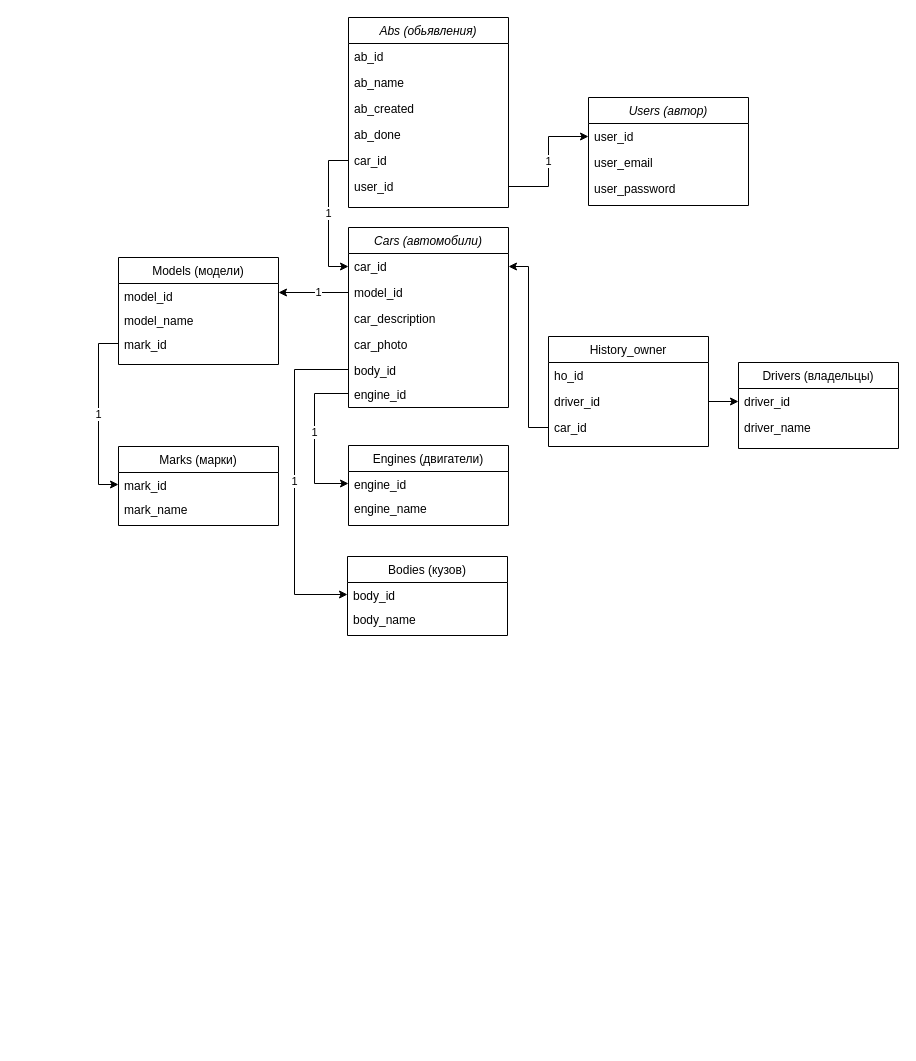
This is img/sql_diagram.drawio from dima-abc/job4j_cars, a draw.io file, before an edit. Source tidied: cells renumbered, new cells numbered last; positions are measured from the earlier drawing's top-left corner, leaving out a move shared by most shapes. Both pictures are drawn from the tidied source at 100%, with x=0, y=0 at pixel (118, 17).
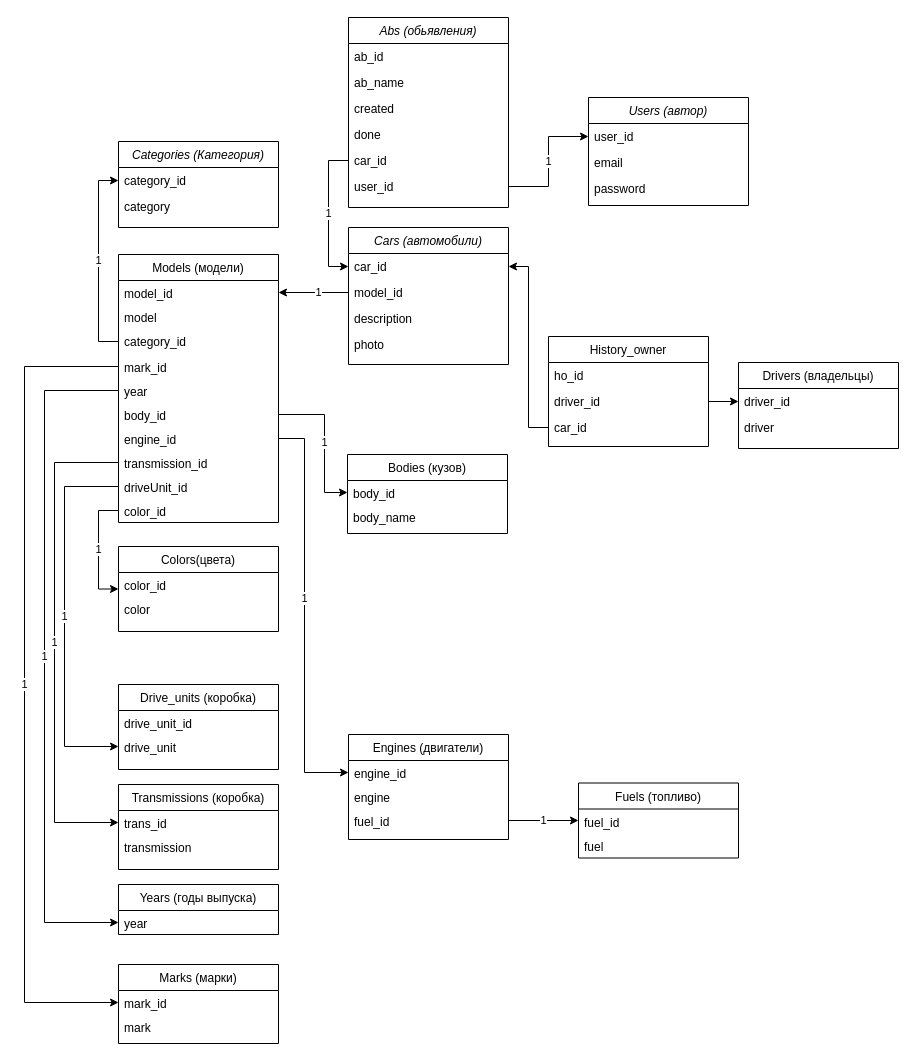
Above is the later version.

Unchanged cells that the change refers to:
```xml
<mxCell id="9" value="Drivers (владельцы)" style="swimlane;fontStyle=0;align=center;verticalAlign=top;horizontal=1;startSize=26;rounded=0;shadow=0;strokeWidth=1;" parent="1" vertex="1">
  <mxGeometry x="620" y="345" width="160" height="86" as="geometry" />
</mxCell>
<mxCell id="17" value="engine_id" style="text;align=left;verticalAlign=top;spacingLeft=4;spacingRight=4;overflow=hidden;points=[[0,0.5],[1,0.5]];portConstraint=eastwest;" parent="16" vertex="1">
  <mxGeometry y="26" width="160" height="24" as="geometry" />
</mxCell>
<mxCell id="27" value="mark_id    " style="text;align=left;verticalAlign=top;spacingLeft=4;spacingRight=4;overflow=hidden;points=[[0,0.5],[1,0.5]];portConstraint=eastwest;" parent="26" vertex="1">
  <mxGeometry y="26" width="160" height="24" as="geometry" />
</mxCell>
<mxCell id="31" value="body_id    " style="text;align=left;verticalAlign=top;spacingLeft=4;spacingRight=4;overflow=hidden;points=[[0,0.5],[1,0.5]];portConstraint=eastwest;" parent="30" vertex="1">
  <mxGeometry y="26" width="160" height="24" as="geometry" />
</mxCell>
<mxCell id="36" value="Users (автор)" style="swimlane;fontStyle=2;align=center;verticalAlign=top;horizontal=1;startSize=26;rounded=0;shadow=0;strokeWidth=1;" parent="1" vertex="1">
  <mxGeometry x="470" y="80" width="160" height="108" as="geometry" />
</mxCell>
<mxCell id="40" value="Abs (обьявления)" style="swimlane;fontStyle=2;align=center;verticalAlign=top;horizontal=1;startSize=26;rounded=0;shadow=0;strokeWidth=1;" parent="1" vertex="1">
  <mxGeometry x="230" width="160" height="190" as="geometry" />
</mxCell>
```

The edit, as a diff of the source:
```diff
@@
     <mxCell id="2" value="Cars (автомобили)" style="swimlane;fontStyle=2;align=center;verticalAlign=top;horizontal=1;startSize=26;rounded=0;shadow=0;strokeWidth=1;" parent="1" vertex="1">
-      <mxGeometry x="230" y="210" width="160" height="180" as="geometry" />
+      <mxGeometry x="230" y="210" width="160" height="137" as="geometry" />
     </mxCell>
@@
-    <mxCell id="5" value="car_description" style="text;align=left;verticalAlign=top;spacingLeft=4;spacingRight=4;overflow=hidden;" parent="2" vertex="1">
+    <mxCell id="5" value="description" style="text;align=left;verticalAlign=top;spacingLeft=4;spacingRight=4;overflow=hidden;" parent="2" vertex="1">
       <mxGeometry y="78" width="160" height="26" as="geometry" />
     </mxCell>
-    <mxCell id="6" value="car_photo" style="text;align=left;verticalAlign=top;spacingLeft=4;spacingRight=4;overflow=hidden;" parent="2" vertex="1">
+    <mxCell id="6" value="photo" style="text;align=left;verticalAlign=top;spacingLeft=4;spacingRight=4;overflow=hidden;" parent="2" vertex="1">
       <mxGeometry y="104" width="160" height="26" as="geometry" />
     </mxCell>
-    <mxCell id="7" value="body_id    " style="text;align=left;verticalAlign=top;spacingLeft=4;spacingRight=4;overflow=hidden;points=[[0,0.5],[1,0.5]];portConstraint=eastwest;" parent="2" vertex="1">
-      <mxGeometry y="130" width="160" height="24" as="geometry" />
-    </mxCell>
-    <mxCell id="8" value="engine_id" style="text;align=left;verticalAlign=top;spacingLeft=4;spacingRight=4;overflow=hidden;points=[[0,0.5],[1,0.5]];portConstraint=eastwest;" parent="2" vertex="1">
-      <mxGeometry y="154" width="160" height="24" as="geometry" />
-    </mxCell>
@@
-    <mxCell id="11" value="driver_name" style="text;align=left;verticalAlign=top;spacingLeft=4;spacingRight=4;overflow=hidden;" parent="9" vertex="1">
+    <mxCell id="11" value="driver" style="text;align=left;verticalAlign=top;spacingLeft=4;spacingRight=4;overflow=hidden;" parent="9" vertex="1">
       <mxGeometry y="52" width="160" height="26" as="geometry" />
     </mxCell>
@@
     <mxCell id="16" value="Engines (двигатели)" style="swimlane;fontStyle=0;align=center;verticalAlign=top;horizontal=1;startSize=26;rounded=0;shadow=0;strokeWidth=1;" parent="1" vertex="1">
-      <mxGeometry x="230" y="428" width="160" height="80" as="geometry" />
+      <mxGeometry x="230" y="717" width="160" height="105" as="geometry" />
     </mxCell>
@@
-    <mxCell id="18" value="engine_name" style="text;align=left;verticalAlign=top;spacingLeft=4;spacingRight=4;overflow=hidden;" parent="16" vertex="1">
+    <mxCell id="18" value="engine" style="text;align=left;verticalAlign=top;spacingLeft=4;spacingRight=4;overflow=hidden;" parent="16" vertex="1">
       <mxGeometry y="50" width="160" height="24" as="geometry" />
     </mxCell>
+    <mxCell id="49" value="fuel_id" style="text;align=left;verticalAlign=top;spacingLeft=4;spacingRight=4;overflow=hidden;points=[[0,0.5],[1,0.5]];portConstraint=eastwest;" parent="16" vertex="1">
+      <mxGeometry y="74" width="160" height="24" as="geometry" />
+    </mxCell>
-    <mxCell id="19" value="1" style="edgeStyle=orthogonalEdgeStyle;rounded=0;jettySize=auto;html=1;exitX=0;exitY=0.5;exitDx=0;exitDy=0;entryX=0;entryY=0.5;entryDx=0;entryDy=0;" parent="1" edge="1" source="8" target="17">
+    <mxCell id="19" value="1" style="edgeStyle=orthogonalEdgeStyle;rounded=0;jettySize=auto;html=1;entryX=0;entryY=0.5;entryDx=0;entryDy=0;exitX=1;exitY=0.5;exitDx=0;exitDy=0;" parent="1" edge="1" source="8" target="17">
       <mxGeometry x="-0.08" relative="1" as="geometry">
         <Array as="points">
-          <mxPoint x="196" y="376" />
-          <mxPoint x="196" y="466" />
+          <mxPoint x="186" y="421" />
+          <mxPoint x="186" y="755" />
         </Array>
       </mxGeometry>
     </mxCell>
@@
     <mxCell id="22" value="Models (модели)" style="swimlane;fontStyle=0;align=center;verticalAlign=top;horizontal=1;startSize=26;rounded=0;shadow=0;strokeWidth=1;" parent="1" vertex="1">
-      <mxGeometry y="240" width="160" height="107" as="geometry" />
+      <mxGeometry y="237" width="160" height="268" as="geometry" />
     </mxCell>
@@
-    <mxCell id="24" value="model_name" style="text;align=left;verticalAlign=top;spacingLeft=4;spacingRight=4;overflow=hidden;" parent="22" vertex="1">
+    <mxCell id="24" value="model" style="text;align=left;verticalAlign=top;spacingLeft=4;spacingRight=4;overflow=hidden;" parent="22" vertex="1">
       <mxGeometry y="50" width="160" height="24" as="geometry" />
     </mxCell>
+    <mxCell id="50" value="category_id" style="text;align=left;verticalAlign=top;spacingLeft=4;spacingRight=4;overflow=hidden;points=[[0,0.5],[1,0.5]];portConstraint=eastwest;" parent="22" vertex="1">
+      <mxGeometry y="74" width="160" height="26" as="geometry" />
+    </mxCell>
     <mxCell id="25" value="mark_id    " style="text;align=left;verticalAlign=top;spacingLeft=4;spacingRight=4;overflow=hidden;points=[[0,0.5],[1,0.5]];portConstraint=eastwest;" parent="22" vertex="1">
-      <mxGeometry y="74" width="160" height="24" as="geometry" />
+      <mxGeometry y="100" width="160" height="24" as="geometry" />
     </mxCell>
+    <mxCell id="51" value="year" style="text;align=left;verticalAlign=top;spacingLeft=4;spacingRight=4;overflow=hidden;points=[[0,0.5],[1,0.5]];portConstraint=eastwest;" parent="22" vertex="1">
+      <mxGeometry y="124" width="160" height="24" as="geometry" />
+    </mxCell>
+    <mxCell id="7" value="body_id    " style="text;align=left;verticalAlign=top;spacingLeft=4;spacingRight=4;overflow=hidden;points=[[0,0.5],[1,0.5]];portConstraint=eastwest;" parent="22" vertex="1">
+      <mxGeometry y="148" width="160" height="24" as="geometry" />
+    </mxCell>
+    <mxCell id="8" value="engine_id" style="text;align=left;verticalAlign=top;spacingLeft=4;spacingRight=4;overflow=hidden;points=[[0,0.5],[1,0.5]];portConstraint=eastwest;" parent="22" vertex="1">
+      <mxGeometry y="172" width="160" height="24" as="geometry" />
+    </mxCell>
+    <mxCell id="52" value="transmission_id" style="text;align=left;verticalAlign=top;spacingLeft=4;spacingRight=4;overflow=hidden;points=[[0,0.5],[1,0.5]];portConstraint=eastwest;" parent="22" vertex="1">
+      <mxGeometry y="196" width="160" height="24" as="geometry" />
+    </mxCell>
+    <mxCell id="53" value="driveUnit_id" style="text;align=left;verticalAlign=top;spacingLeft=4;spacingRight=4;overflow=hidden;points=[[0,0.5],[1,0.5]];portConstraint=eastwest;" parent="22" vertex="1">
+      <mxGeometry y="220" width="160" height="24" as="geometry" />
+    </mxCell>
+    <mxCell id="54" value="color_id" style="text;align=left;verticalAlign=top;spacingLeft=4;spacingRight=4;overflow=hidden;points=[[0,0.5],[1,0.5]];portConstraint=eastwest;" parent="22" vertex="1">
+      <mxGeometry y="244" width="160" height="24" as="geometry" />
+    </mxCell>
     <mxCell id="26" value="Marks (марки)" style="swimlane;fontStyle=0;align=center;verticalAlign=top;horizontal=1;startSize=26;rounded=0;shadow=0;strokeWidth=1;" parent="1" vertex="1">
-      <mxGeometry y="429" width="160" height="79" as="geometry" />
+      <mxGeometry y="947" width="160" height="79" as="geometry" />
     </mxCell>
@@
-    <mxCell id="28" value="mark_name" style="text;align=left;verticalAlign=top;spacingLeft=4;spacingRight=4;overflow=hidden;" parent="26" vertex="1">
+    <mxCell id="28" value="mark" style="text;align=left;verticalAlign=top;spacingLeft=4;spacingRight=4;overflow=hidden;" parent="26" vertex="1">
       <mxGeometry y="50" width="160" height="24" as="geometry" />
     </mxCell>
-    <mxCell id="29" value="1" style="edgeStyle=orthogonalEdgeStyle;rounded=0;jettySize=auto;html=1;entryX=0;entryY=0.5;entryDx=0;entryDy=0;" parent="1" edge="1" source="25" target="27">
-      <mxGeometry relative="1" as="geometry" />
+    <mxCell id="29" value="1" style="edgeStyle=orthogonalEdgeStyle;rounded=0;jettySize=auto;html=1;entryX=0;entryY=0.5;entryDx=0;entryDy=0;exitX=0;exitY=0.5;exitDx=0;exitDy=0;" parent="1" edge="1" source="25" target="27">
+      <mxGeometry relative="1" as="geometry">
+        <Array as="points">
+          <mxPoint x="-94" y="349" />
+          <mxPoint x="-94" y="985" />
+        </Array>
+      </mxGeometry>
     </mxCell>
     <mxCell id="30" value="Bodies (кузов)" style="swimlane;fontStyle=0;align=center;verticalAlign=top;horizontal=1;startSize=26;rounded=0;shadow=0;strokeWidth=1;" parent="1" vertex="1">
-      <mxGeometry x="229" y="539" width="160" height="79" as="geometry" />
+      <mxGeometry x="229" y="437" width="160" height="79" as="geometry" />
     </mxCell>
@@
-    <mxCell id="33" value="1" style="edgeStyle=orthogonalEdgeStyle;rounded=0;jettySize=auto;html=1;exitX=0;exitY=0.5;exitDx=0;exitDy=0;entryX=0;entryY=0.5;entryDx=0;entryDy=0;" parent="1" edge="1" source="7" target="31">
+    <mxCell id="33" value="1" style="edgeStyle=orthogonalEdgeStyle;rounded=0;jettySize=auto;html=1;exitX=1;exitY=0.5;exitDx=0;exitDy=0;entryX=0;entryY=0.5;entryDx=0;entryDy=0;" parent="1" edge="1" source="7" target="31">
       <mxGeometry relative="1" as="geometry">
         <Array as="points">
-          <mxPoint x="176" y="352" />
-          <mxPoint x="176" y="577" />
-          <mxPoint x="230" y="577" />
+          <mxPoint x="206" y="397" />
+          <mxPoint x="206" y="475" />
         </Array>
       </mxGeometry>
     </mxCell>
@@
-    <mxCell id="38" value="user_email" style="text;align=left;verticalAlign=top;spacingLeft=4;spacingRight=4;overflow=hidden;" parent="36" vertex="1">
+    <mxCell id="38" value="email" style="text;align=left;verticalAlign=top;spacingLeft=4;spacingRight=4;overflow=hidden;" parent="36" vertex="1">
       <mxGeometry y="52" width="160" height="26" as="geometry" />
     </mxCell>
-    <mxCell id="39" value="user_password" style="text;align=left;verticalAlign=top;spacingLeft=4;spacingRight=4;overflow=hidden;" parent="36" vertex="1">
+    <mxCell id="39" value="password" style="text;align=left;verticalAlign=top;spacingLeft=4;spacingRight=4;overflow=hidden;" parent="36" vertex="1">
       <mxGeometry y="78" width="160" height="26" as="geometry" />
     </mxCell>
@@
-    <mxCell id="43" value="ab_created" style="text;align=left;verticalAlign=top;spacingLeft=4;spacingRight=4;overflow=hidden;" parent="40" vertex="1">
+    <mxCell id="43" value="created" style="text;align=left;verticalAlign=top;spacingLeft=4;spacingRight=4;overflow=hidden;" parent="40" vertex="1">
       <mxGeometry y="78" width="160" height="26" as="geometry" />
     </mxCell>
-    <mxCell id="44" value="ab_done" style="text;align=left;verticalAlign=top;spacingLeft=4;spacingRight=4;overflow=hidden;" parent="40" vertex="1">
+    <mxCell id="44" value="done" style="text;align=left;verticalAlign=top;spacingLeft=4;spacingRight=4;overflow=hidden;" parent="40" vertex="1">
       <mxGeometry y="104" width="160" height="26" as="geometry" />
     </mxCell>
@@
+    <mxCell id="55" value="Fuels (топливо)" style="swimlane;fontStyle=0;align=center;verticalAlign=top;horizontal=1;startSize=26;rounded=0;shadow=0;strokeWidth=1;" parent="1" vertex="1">
+      <mxGeometry x="460" y="765.5" width="160" height="75" as="geometry" />
+    </mxCell>
+    <mxCell id="56" value="fuel_id" style="text;align=left;verticalAlign=top;spacingLeft=4;spacingRight=4;overflow=hidden;" parent="55" vertex="1">
+      <mxGeometry y="26" width="160" height="24" as="geometry" />
+    </mxCell>
+    <mxCell id="57" value="fuel" style="text;align=left;verticalAlign=top;spacingLeft=4;spacingRight=4;overflow=hidden;" parent="55" vertex="1">
+      <mxGeometry y="50" width="160" height="24" as="geometry" />
+    </mxCell>
+    <mxCell id="58" value="1" style="edgeStyle=orthogonalEdgeStyle;rounded=0;jettySize=auto;html=1;exitX=1;exitY=0.5;exitDx=0;exitDy=0;entryX=0;entryY=0.5;entryDx=0;entryDy=0;" parent="1" edge="1" source="49" target="55">
+      <mxGeometry relative="1" as="geometry" />
+    </mxCell>
+    <mxCell id="59" value="Years (годы выпуска)" style="swimlane;fontStyle=0;align=center;verticalAlign=top;horizontal=1;startSize=26;rounded=0;shadow=0;strokeWidth=1;" parent="1" vertex="1">
+      <mxGeometry y="867" width="160" height="50" as="geometry" />
+    </mxCell>
+    <mxCell id="60" value="year" style="text;align=left;verticalAlign=top;spacingLeft=4;spacingRight=4;overflow=hidden;points=[[0,0.5],[1,0.5]];portConstraint=eastwest;" parent="59" vertex="1">
+      <mxGeometry y="26" width="160" height="24" as="geometry" />
+    </mxCell>
+    <mxCell id="61" value="1" style="edgeStyle=orthogonalEdgeStyle;rounded=0;jettySize=auto;html=1;entryX=0;entryY=0.5;entryDx=0;entryDy=0;exitX=0;exitY=0.5;exitDx=0;exitDy=0;" parent="1" edge="1" source="51" target="60">
+      <mxGeometry relative="1" as="geometry">
+        <Array as="points">
+          <mxPoint x="-74" y="373" />
+          <mxPoint x="-74" y="905" />
+        </Array>
+      </mxGeometry>
+    </mxCell>
+    <mxCell id="62" value="Transmissions (коробка)" style="swimlane;fontStyle=0;align=center;verticalAlign=top;horizontal=1;startSize=26;rounded=0;shadow=0;strokeWidth=1;" parent="1" vertex="1">
+      <mxGeometry y="767" width="160" height="85" as="geometry" />
+    </mxCell>
+    <mxCell id="63" value="trans_id" style="text;align=left;verticalAlign=top;spacingLeft=4;spacingRight=4;overflow=hidden;points=[[0,0.5],[1,0.5]];portConstraint=eastwest;" parent="62" vertex="1">
+      <mxGeometry y="26" width="160" height="24" as="geometry" />
+    </mxCell>
+    <mxCell id="64" value="transmission" style="text;align=left;verticalAlign=top;spacingLeft=4;spacingRight=4;overflow=hidden;" parent="62" vertex="1">
+      <mxGeometry y="50" width="160" height="24" as="geometry" />
+    </mxCell>
+    <mxCell id="65" value="1" style="edgeStyle=orthogonalEdgeStyle;rounded=0;jettySize=auto;html=1;exitX=0;exitY=0.5;exitDx=0;exitDy=0;entryX=0;entryY=0.5;entryDx=0;entryDy=0;" parent="1" edge="1" source="52" target="63">
+      <mxGeometry relative="1" as="geometry">
+        <Array as="points">
+          <mxPoint x="-64" y="445" />
+          <mxPoint x="-64" y="805" />
+        </Array>
+      </mxGeometry>
+    </mxCell>
+    <mxCell id="66" value="Drive_units (коробка)" style="swimlane;fontStyle=0;align=center;verticalAlign=top;horizontal=1;startSize=26;rounded=0;shadow=0;strokeWidth=1;" parent="1" vertex="1">
+      <mxGeometry y="667" width="160" height="85" as="geometry" />
+    </mxCell>
+    <mxCell id="67" value="drive_unit_id" style="text;align=left;verticalAlign=top;spacingLeft=4;spacingRight=4;overflow=hidden;" parent="66" vertex="1">
+      <mxGeometry y="26" width="160" height="24" as="geometry" />
+    </mxCell>
+    <mxCell id="68" value="drive_unit" style="text;align=left;verticalAlign=top;spacingLeft=4;spacingRight=4;overflow=hidden;points=[[0,0.5],[1,0.5]];portConstraint=eastwest;" parent="66" vertex="1">
+      <mxGeometry y="50" width="160" height="24" as="geometry" />
+    </mxCell>
+    <mxCell id="69" value="1" style="edgeStyle=orthogonalEdgeStyle;rounded=0;jettySize=auto;html=1;exitX=0;exitY=0.5;exitDx=0;exitDy=0;entryX=0;entryY=0.5;entryDx=0;entryDy=0;" parent="1" edge="1" source="53" target="68">
+      <mxGeometry relative="1" as="geometry">
+        <Array as="points">
+          <mxPoint x="-54" y="469" />
+          <mxPoint x="-54" y="729" />
+        </Array>
+      </mxGeometry>
+    </mxCell>
+    <mxCell id="70" value="Colors(цвета)" style="swimlane;fontStyle=0;align=center;verticalAlign=top;horizontal=1;startSize=26;rounded=0;shadow=0;strokeWidth=1;" parent="1" vertex="1">
+      <mxGeometry y="529" width="160" height="85" as="geometry" />
+    </mxCell>
+    <mxCell id="71" value="color_id" style="text;align=left;verticalAlign=top;spacingLeft=4;spacingRight=4;overflow=hidden;" parent="70" vertex="1">
+      <mxGeometry y="26" width="160" height="24" as="geometry" />
+    </mxCell>
+    <mxCell id="72" value="color" style="text;align=left;verticalAlign=top;spacingLeft=4;spacingRight=4;overflow=hidden;" parent="70" vertex="1">
+      <mxGeometry y="50" width="160" height="24" as="geometry" />
+    </mxCell>
+    <mxCell id="73" value="1" style="edgeStyle=orthogonalEdgeStyle;rounded=0;jettySize=auto;html=1;exitX=0;exitY=0.5;exitDx=0;exitDy=0;entryX=0;entryY=0.5;entryDx=0;entryDy=0;" parent="1" edge="1" source="54" target="70">
+      <mxGeometry relative="1" as="geometry">
+        <Array as="points">
+          <mxPoint x="-20" y="493" />
+          <mxPoint x="-20" y="572" />
+        </Array>
+      </mxGeometry>
+    </mxCell>
+    <mxCell id="74" value="Categories (Категория)" style="swimlane;fontStyle=2;align=center;verticalAlign=top;horizontal=1;startSize=26;rounded=0;shadow=0;strokeWidth=1;" parent="1" vertex="1">
+      <mxGeometry y="124" width="160" height="86" as="geometry" />
+    </mxCell>
+    <mxCell id="75" value="category_id" style="text;align=left;verticalAlign=top;spacingLeft=4;spacingRight=4;overflow=hidden;points=[[0,0.5],[1,0.5]];portConstraint=eastwest;" parent="74" vertex="1">
+      <mxGeometry y="26" width="160" height="26" as="geometry" />
+    </mxCell>
+    <mxCell id="76" value="category" style="text;align=left;verticalAlign=top;spacingLeft=4;spacingRight=4;overflow=hidden;" parent="74" vertex="1">
+      <mxGeometry y="52" width="160" height="26" as="geometry" />
+    </mxCell>
+    <mxCell id="77" value="1" style="edgeStyle=orthogonalEdgeStyle;rounded=0;jettySize=auto;html=1;exitX=0;exitY=0.5;exitDx=0;exitDy=0;entryX=0;entryY=0.5;entryDx=0;entryDy=0;" parent="1" edge="1" source="50" target="75">
+      <mxGeometry relative="1" as="geometry" />
+    </mxCell>
```
